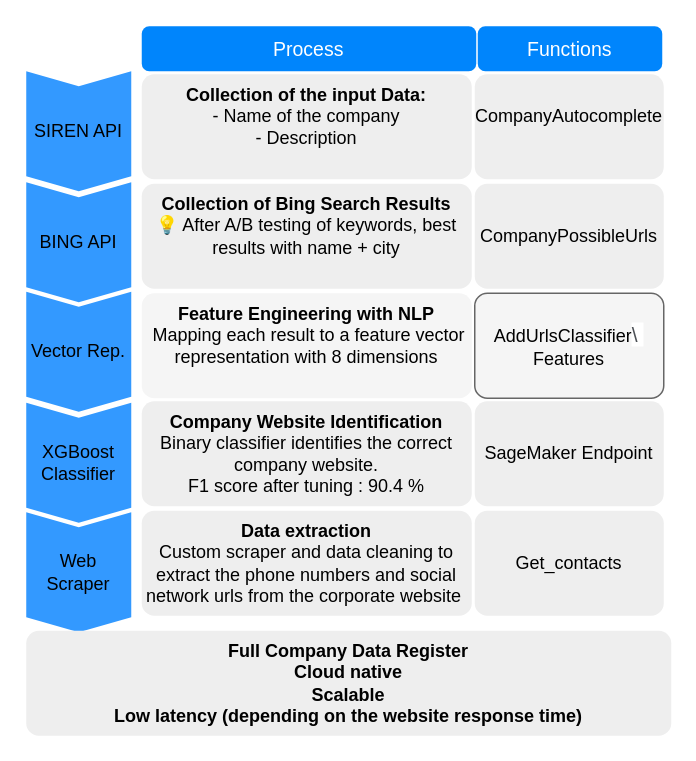
The draw.io diagram dataflowchart.drawio in mehdibennouna17/AI-NLP-EasyProspects, before the edit. Source tidied: cells renumbered, new cells numbered last; positions are measured from the earlier drawing's top-left corner, leaving out a move shared by most shapes. Both pictures are drawn from the tidied source at 150%, with x=0, y=0 at pixel (26, 26).
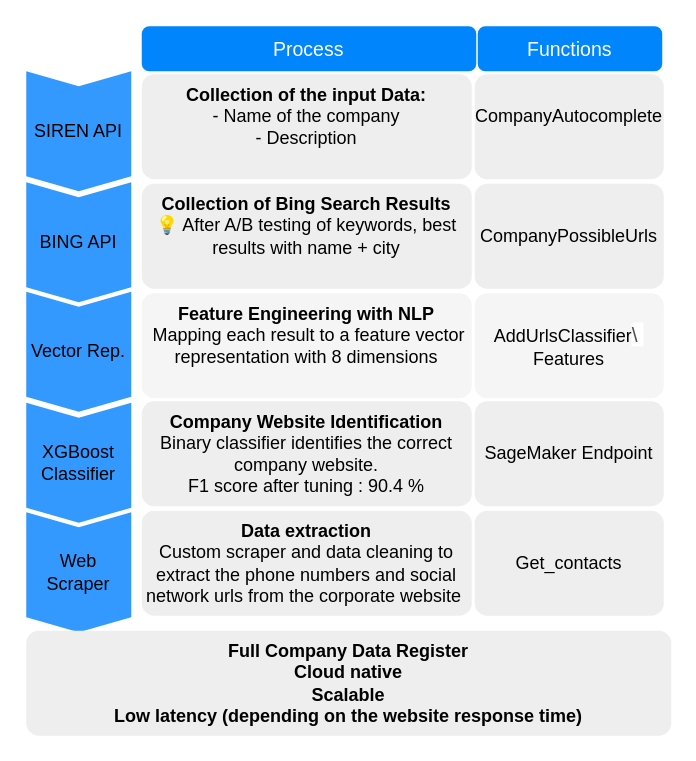
Above is the later version.

Commit message (it also covers changes not shown here):
Upload Showcase GitHub

The edit, as a diff of the source:
```diff
@@
 <mxGraphModel>
   <root>
     <mxCell id="0" />
     <mxCell id="1" parent="0" />
     <mxCell id="2" value="SIREN API" style="shape=step;perimeter=stepPerimeter;whiteSpace=wrap;html=1;fixedSize=1;size=10;direction=south;fillColor=#3399FF;strokeColor=none;rounded=0;fontColor=#000000;" parent="1" vertex="1">
       <mxGeometry y="30" width="70" height="80" as="geometry" />
     </mxCell>
     <mxCell id="3" value="BING API" style="shape=step;perimeter=stepPerimeter;whiteSpace=wrap;html=1;fixedSize=1;size=10;direction=south;fillColor=#3399FF;strokeColor=none;rounded=0;fontColor=#000000;" parent="1" vertex="1">
       <mxGeometry y="104" width="70" height="80" as="geometry" />
     </mxCell>
     <mxCell id="4" value="XGBoost Classifier" style="shape=step;perimeter=stepPerimeter;whiteSpace=wrap;html=1;fixedSize=1;size=10;direction=south;fillColor=#3399FF;strokeColor=none;rounded=0;fontColor=#000000;" parent="1" vertex="1">
       <mxGeometry y="251" width="70" height="80" as="geometry" />
     </mxCell>
     <mxCell id="5" value="Web Scraper" style="shape=step;perimeter=stepPerimeter;whiteSpace=wrap;html=1;fixedSize=1;size=10;direction=south;fillColor=#3399FF;strokeColor=none;rounded=0;fontColor=#000000;" parent="1" vertex="1">
       <mxGeometry y="324" width="70" height="80" as="geometry" />
     </mxCell>
     <mxCell id="6" value="&lt;font&gt;&lt;font&gt;&lt;b&gt;Collection of the input Data:&lt;/b&gt;&lt;br&gt;- Name of the company&lt;br&gt;- Description&lt;/font&gt;&lt;br&gt;&lt;/font&gt;" style="rounded=1;strokeColor=none;fillColor=#EEEEEE;align=center;arcSize=12;verticalAlign=top;whiteSpace=wrap;html=1;fontSize=12;fontColor=#000000;" parent="1" vertex="1">
       <mxGeometry x="77" y="32" width="220" height="70" as="geometry" />
     </mxCell>
     <mxCell id="7" value="&lt;font&gt;&lt;b&gt;Collection of Bing Search Results&lt;/b&gt;&lt;br&gt;💡 After A/B testing of keywords, best results with name + city&lt;br&gt;&lt;/font&gt;" style="rounded=1;strokeColor=none;fillColor=#EEEEEE;align=center;arcSize=12;verticalAlign=top;whiteSpace=wrap;html=1;fontSize=12;fontColor=#000000;" parent="1" vertex="1">
       <mxGeometry x="77" y="105" width="220" height="70" as="geometry" />
     </mxCell>
     <mxCell id="8" value="&lt;font&gt;&lt;b&gt;Company Website Identification&lt;/b&gt;&lt;br&gt;Binary classifier identifies the correct company website. &lt;br&gt;F1 score after tuning : 90.4 %&lt;br&gt;&lt;/font&gt;" style="rounded=1;strokeColor=none;fillColor=#EEEEEE;align=center;arcSize=12;verticalAlign=top;whiteSpace=wrap;html=1;fontSize=12;fontColor=#000000;" parent="1" vertex="1">
       <mxGeometry x="77" y="250" width="220" height="70" as="geometry" />
     </mxCell>
     <mxCell id="9" value="&lt;font&gt;&lt;b&gt;Data extraction&lt;/b&gt;&lt;br&gt;Custom scraper and data cleaning to extract the phone numbers and social network urls from the corporate website&amp;nbsp;&lt;br&gt;&lt;/font&gt;" style="rounded=1;strokeColor=none;fillColor=#EEEEEE;align=center;arcSize=12;verticalAlign=top;whiteSpace=wrap;html=1;fontSize=12;fontColor=#000000;" parent="1" vertex="1">
       <mxGeometry x="77" y="323" width="220" height="70" as="geometry" />
     </mxCell>
     <mxCell id="10" value="&lt;font&gt;&lt;b&gt;Full Company Data Register&lt;br&gt;Cloud native&lt;br&gt;Scalable&lt;br&gt;Low latency (depending on the website response time)&lt;/b&gt;&lt;br&gt;&lt;/font&gt;" style="rounded=1;strokeColor=none;fillColor=#EEEEEE;align=center;arcSize=12;verticalAlign=top;whiteSpace=wrap;html=1;fontSize=12;fontColor=#000000;" parent="1" vertex="1">
       <mxGeometry y="403" width="430" height="70" as="geometry" />
     </mxCell>
     <mxCell id="11" value="Vector Rep." style="shape=step;perimeter=stepPerimeter;whiteSpace=wrap;html=1;fixedSize=1;size=10;direction=south;fillColor=#3399FF;strokeColor=none;rounded=0;fontColor=#000000;" parent="1" vertex="1">
       <mxGeometry y="177" width="70" height="80" as="geometry" />
     </mxCell>
     <mxCell id="12" value="&lt;font&gt;&lt;b&gt;Feature Engineering with NLP&lt;/b&gt;&lt;br&gt;&amp;nbsp;Mapping each result to a feature vector representation with 8 dimensions&lt;br&gt;&lt;/font&gt;" style="rounded=1;align=center;arcSize=12;verticalAlign=top;whiteSpace=wrap;html=1;fontSize=12;fontColor=#000000;fillColor=#f5f5f5;strokeColor=none;" parent="1" vertex="1">
       <mxGeometry x="77" y="178" width="220" height="70" as="geometry" />
     </mxCell>
     <mxCell id="13" value="&lt;font style=&quot;font-size: 12px;&quot;&gt;&lt;font style=&quot;font-size: 12px;&quot;&gt;&lt;br style=&quot;font-size: 12px;&quot;&gt;CompanyAutocomplete&lt;/font&gt;&lt;br style=&quot;font-size: 12px;&quot;&gt;&lt;/font&gt;" style="rounded=1;strokeColor=none;fillColor=#EEEEEE;align=center;arcSize=12;verticalAlign=top;whiteSpace=wrap;html=1;fontSize=12;fontColor=#000000;" parent="1" vertex="1">
       <mxGeometry x="299" y="32" width="126" height="70" as="geometry" />
     </mxCell>
     <mxCell id="14" value="CompanyPossibleUrls" style="rounded=1;strokeColor=none;fillColor=#EEEEEE;align=center;arcSize=12;verticalAlign=middle;whiteSpace=wrap;html=1;fontSize=12;fontColor=#000000;" parent="1" vertex="1">
       <mxGeometry x="299" y="105" width="126" height="70" as="geometry" />
     </mxCell>
     <mxCell id="15" value="&lt;span&gt;SageMaker Endpoint&lt;/span&gt;" style="rounded=1;strokeColor=none;fillColor=#EEEEEE;align=center;arcSize=12;verticalAlign=middle;whiteSpace=wrap;html=1;fontSize=12;fontColor=#000000;fontStyle=0;" parent="1" vertex="1">
       <mxGeometry x="299" y="250" width="126" height="70" as="geometry" />
     </mxCell>
     <mxCell id="16" value="Get_contacts" style="rounded=1;strokeColor=none;fillColor=#EEEEEE;align=center;arcSize=12;verticalAlign=middle;whiteSpace=wrap;html=1;fontSize=12;fontColor=#000000;" parent="1" vertex="1">
       <mxGeometry x="299" y="323" width="126" height="70" as="geometry" />
     </mxCell>
-    <mxCell id="17" value="AddUrlsClassifier&lt;span style=&quot;color: rgb(77 , 81 , 86) ; font-family: &amp;#34;arial&amp;#34; , sans-serif ; font-size: 14px ; text-align: left ; background-color: rgb(255 , 255 , 255)&quot;&gt;\&lt;span class=&quot;Apple-converted-space&quot;&gt;&amp;nbsp;&lt;/span&gt;&lt;/span&gt;&lt;br&gt;Features" style="rounded=1;align=center;arcSize=12;verticalAlign=middle;whiteSpace=wrap;html=1;fontSize=12;fontColor=#000000;fillColor=#f5f5f5;strokeColor=#666666;" parent="1" vertex="1">
+    <mxCell id="17" value="AddUrlsClassifier&lt;span style=&quot;color: rgb(77 , 81 , 86) ; font-family: &amp;#34;arial&amp;#34; , sans-serif ; font-size: 14px ; text-align: left ; background-color: rgb(255 , 255 , 255)&quot;&gt;\&lt;span class=&quot;Apple-converted-space&quot;&gt;&amp;nbsp;&lt;/span&gt;&lt;/span&gt;&lt;br&gt;Features" style="rounded=1;align=center;arcSize=12;verticalAlign=middle;whiteSpace=wrap;html=1;fontSize=12;fontColor=#000000;fillColor=#f5f5f5;strokeColor=none;" parent="1" vertex="1">
       <mxGeometry x="299" y="178" width="126" height="70" as="geometry" />
     </mxCell>
     <mxCell id="18" value="Functions" style="html=1;shadow=0;dashed=0;shape=mxgraph.bootstrap.rrect;rSize=5;strokeColor=none;strokeWidth=1;fillColor=#0085FC;fontColor=#FFFFFF;whiteSpace=wrap;align=center;verticalAlign=middle;spacingLeft=0;fontStyle=0;fontSize=13;spacing=5;" parent="1" vertex="1">
       <mxGeometry x="301" width="123" height="30" as="geometry" />
     </mxCell>
     <mxCell id="19" value="Process" style="html=1;shadow=0;dashed=0;shape=mxgraph.bootstrap.rrect;rSize=5;strokeColor=none;strokeWidth=1;fillColor=#0085FC;fontColor=#FFFFFF;whiteSpace=wrap;align=center;verticalAlign=middle;spacingLeft=0;fontStyle=0;fontSize=13;spacing=5;" parent="1" vertex="1">
       <mxGeometry x="77" width="223" height="30" as="geometry" />
     </mxCell>
   </root>
 </mxGraphModel>
```
